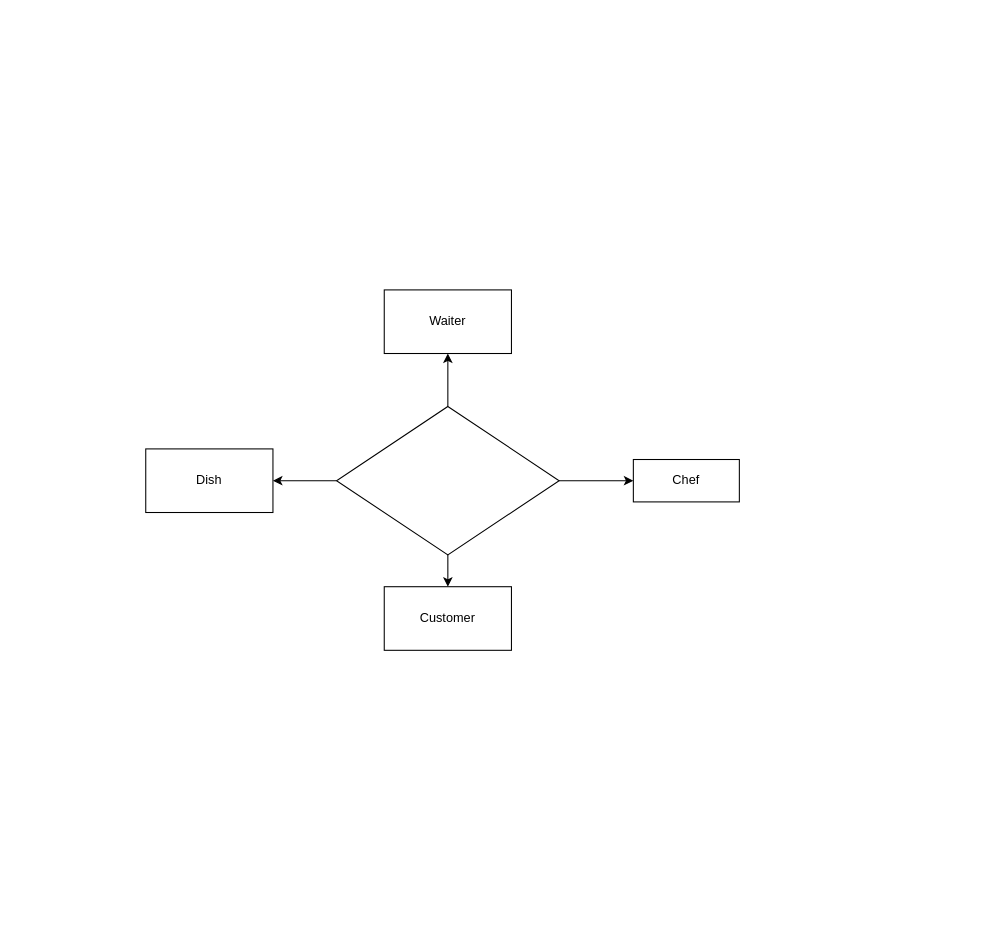
The draw.io diagram Restaurant Ratings.drawio in sarthaka1310/DAA, before the edit. Source tidied: cells renumbered, new cells numbered last; positions are measured from the earlier drawing's top-left corner, leaving out a move shared by most shapes. Both pictures are drawn from the tidied source at 106%, with x=0, y=0 at pixel (145, 289).
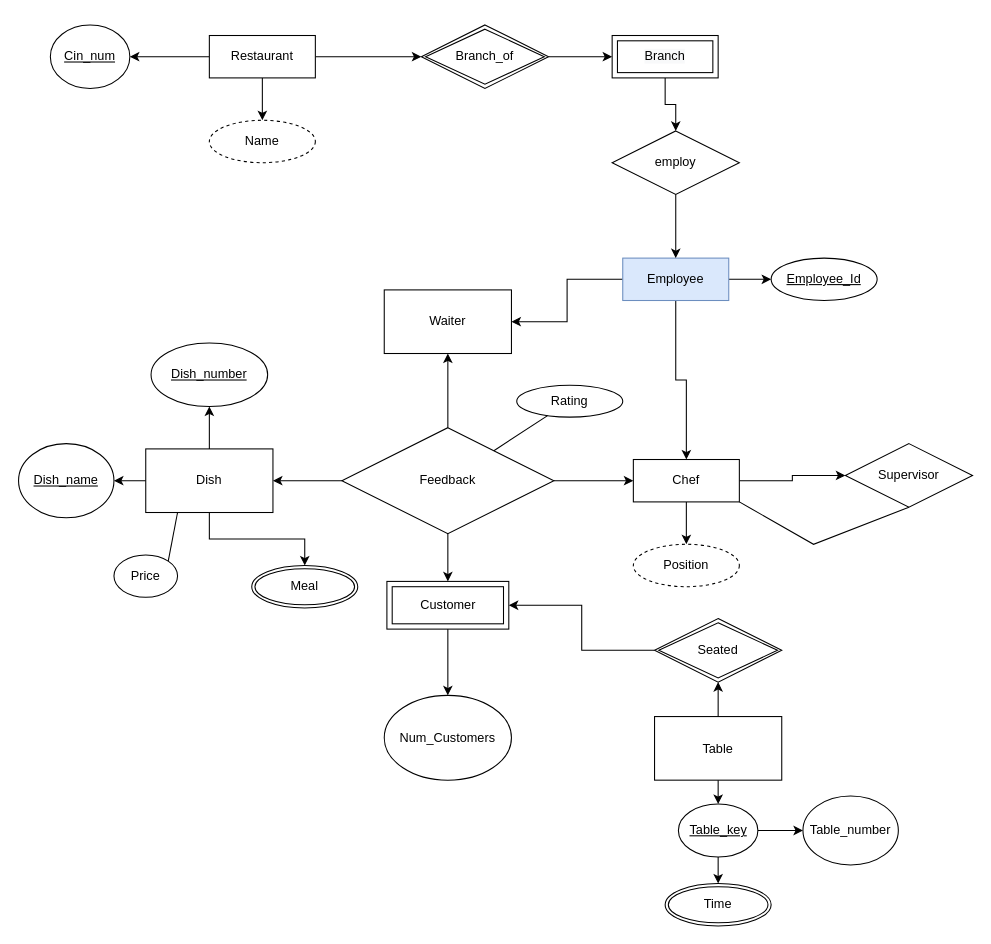
After the change.

Unchanged cells that the change refers to:
```xml
<mxCell id="7" value="Chef" style="whiteSpace=wrap;html=1;align=center;" parent="1" vertex="1">
  <mxGeometry x="460" y="160" width="100" height="40" as="geometry" />
</mxCell>
<mxCell id="9" value="Dish" style="whiteSpace=wrap;html=1;fillColor=none;" parent="1" vertex="1">
  <mxGeometry y="150" width="120" height="60" as="geometry" />
</mxCell>
<mxCell id="10" value="Waiter" style="whiteSpace=wrap;html=1;fillColor=none;" parent="1" vertex="1">
  <mxGeometry x="225" width="120" height="60" as="geometry" />
</mxCell>
```

What changed in the source:
```diff
@@
-    <mxCell id="3" style="edgeStyle=orthogonalEdgeStyle;rounded=0;jettySize=auto;html=1;" parent="1" edge="1" source="6" target="8">
-      <mxGeometry relative="1" as="geometry" />
-    </mxCell>
@@
+    <mxCell id="11" style="edgeStyle=orthogonalEdgeStyle;rounded=0;jettySize=auto;html=1;" parent="1" edge="1" source="6" target="33">
+      <mxGeometry relative="1" as="geometry" />
+    </mxCell>
-    <mxCell id="6" style="rhombus;whiteSpace=wrap;html=1;fillColor=none;" parent="1" vertex="1">
-      <mxGeometry x="180" y="110" width="210" height="140" as="geometry" />
+    <mxCell id="6" value="Feedback" style="rhombus;whiteSpace=wrap;html=1;fillColor=none;" parent="1" vertex="1">
+      <mxGeometry x="185" y="130" width="200" height="100" as="geometry" />
     </mxCell>
+    <mxCell id="12" style="edgeStyle=orthogonalEdgeStyle;rounded=0;jettySize=auto;html=1;" parent="1" edge="1" source="7" target="31">
+      <mxGeometry relative="1" as="geometry" />
+    </mxCell>
+    <mxCell id="13" style="edgeStyle=orthogonalEdgeStyle;rounded=0;jettySize=auto;html=1;" parent="1" edge="1" source="7" target="54">
+      <mxGeometry relative="1" as="geometry" />
+    </mxCell>
@@
+    <mxCell id="14" style="edgeStyle=orthogonalEdgeStyle;rounded=0;jettySize=auto;html=1;" parent="1" edge="1" source="8" target="26">
+      <mxGeometry relative="1" as="geometry" />
+    </mxCell>
+    <mxCell id="15" style="edgeStyle=orthogonalEdgeStyle;rounded=0;jettySize=auto;html=1;" parent="1" edge="1" source="8" target="48">
+      <mxGeometry relative="1" as="geometry" />
+    </mxCell>
-    <mxCell id="8" value="Customer" style="whiteSpace=wrap;html=1;fillColor=none;" parent="1" vertex="1">
-      <mxGeometry x="225" y="280" width="120" height="60" as="geometry" />
+    <mxCell id="8" value="Table" style="whiteSpace=wrap;html=1;fillColor=none;" parent="1" vertex="1">
+      <mxGeometry x="480" y="402.5" width="120" height="60" as="geometry" />
     </mxCell>
+    <mxCell id="16" style="edgeStyle=orthogonalEdgeStyle;rounded=0;jettySize=auto;html=1;" parent="1" edge="1" source="9" target="27">
+      <mxGeometry relative="1" as="geometry" />
+    </mxCell>
+    <mxCell id="17" style="edgeStyle=orthogonalEdgeStyle;rounded=0;jettySize=auto;html=1;" parent="1" edge="1" source="9" target="28">
+      <mxGeometry relative="1" as="geometry" />
+    </mxCell>
+    <mxCell id="18" style="edgeStyle=orthogonalEdgeStyle;rounded=0;jettySize=auto;html=1;" parent="1" edge="1" source="9" target="51">
+      <mxGeometry relative="1" as="geometry" />
+    </mxCell>
@@
+    <mxCell id="19" value="Rating" style="ellipse;whiteSpace=wrap;html=1;align=center;fontStyle=0;" parent="1" vertex="1">
+      <mxGeometry x="350" y="90" width="100" height="30" as="geometry" />
+    </mxCell>
+    <mxCell id="20" style="edgeStyle=orthogonalEdgeStyle;rounded=0;jettySize=auto;html=1;" parent="1" edge="1" source="23" target="49">
+      <mxGeometry relative="1" as="geometry" />
+    </mxCell>
+    <mxCell id="21" style="edgeStyle=orthogonalEdgeStyle;rounded=0;jettySize=auto;html=1;" parent="1" edge="1" source="23" target="10">
+      <mxGeometry relative="1" as="geometry" />
+    </mxCell>
+    <mxCell id="22" style="edgeStyle=orthogonalEdgeStyle;rounded=0;jettySize=auto;html=1;" parent="1" edge="1" source="23" target="7">
+      <mxGeometry relative="1" as="geometry" />
+    </mxCell>
+    <mxCell id="23" value="Employee" style="whiteSpace=wrap;html=1;align=center;fillColor=#dae8fc;strokeColor=#6c8ebf;" parent="1" vertex="1">
+      <mxGeometry x="450" y="-30" width="100" height="40" as="geometry" />
+    </mxCell>
+    <mxCell id="24" style="edgeStyle=orthogonalEdgeStyle;rounded=0;jettySize=auto;html=1;" parent="1" edge="1" source="26" target="29">
+      <mxGeometry relative="1" as="geometry" />
+    </mxCell>
+    <mxCell id="25" style="edgeStyle=orthogonalEdgeStyle;rounded=0;jettySize=auto;html=1;" parent="1" edge="1" source="26" target="50">
+      <mxGeometry relative="1" as="geometry" />
+    </mxCell>
+    <mxCell id="26" value="Table_key" style="ellipse;whiteSpace=wrap;html=1;fillColor=none;fontStyle=4;" parent="1" vertex="1">
+      <mxGeometry x="502.5" y="485" width="75" height="50" as="geometry" />
+    </mxCell>
+    <mxCell id="27" value="Dish_name" style="ellipse;whiteSpace=wrap;html=1;fillColor=none;fontStyle=4;" parent="1" vertex="1">
+      <mxGeometry x="-120" y="145" width="90" height="70" as="geometry" />
+    </mxCell>
+    <mxCell id="28" value="&lt;u&gt;Dish_number&lt;/u&gt;" style="ellipse;whiteSpace=wrap;html=1;fillColor=none;" parent="1" vertex="1">
+      <mxGeometry x="5" y="50" width="110" height="60" as="geometry" />
+    </mxCell>
+    <mxCell id="29" value="Table_number" style="ellipse;whiteSpace=wrap;html=1;fillColor=none;" parent="1" vertex="1">
+      <mxGeometry x="620" y="477.5" width="90" height="65" as="geometry" />
+    </mxCell>
+    <mxCell id="30" value="Price" style="ellipse;whiteSpace=wrap;html=1;fillColor=none;" parent="1" vertex="1">
+      <mxGeometry x="-30" y="250" width="60" height="40" as="geometry" />
+    </mxCell>
+    <mxCell id="31" value="Position" style="ellipse;whiteSpace=wrap;html=1;align=center;dashed=1;" parent="1" vertex="1">
+      <mxGeometry x="460" y="240" width="100" height="40" as="geometry" />
+    </mxCell>
+    <mxCell id="32" style="edgeStyle=orthogonalEdgeStyle;rounded=0;jettySize=auto;html=1;" parent="1" edge="1" source="33" target="34">
+      <mxGeometry relative="1" as="geometry" />
+    </mxCell>
+    <mxCell id="33" value="Customer" style="shape=ext;margin=3;double=1;whiteSpace=wrap;html=1;align=center;" parent="1" vertex="1">
+      <mxGeometry x="227.5" y="275" width="115" height="45" as="geometry" />
+    </mxCell>
+    <mxCell id="34" value="&lt;span&gt;Num_Customers&lt;/span&gt;" style="ellipse;whiteSpace=wrap;html=1;" parent="1" vertex="1">
+      <mxGeometry x="225" y="382.5" width="120" height="80" as="geometry" />
+    </mxCell>
+    <mxCell id="35" style="edgeStyle=orthogonalEdgeStyle;rounded=0;jettySize=auto;html=1;" parent="1" edge="1" source="38" target="43">
+      <mxGeometry relative="1" as="geometry" />
+    </mxCell>
+    <mxCell id="36" style="edgeStyle=orthogonalEdgeStyle;rounded=0;jettySize=auto;html=1;" parent="1" edge="1" source="38" target="45">
+      <mxGeometry relative="1" as="geometry" />
+    </mxCell>
+    <mxCell id="37" style="edgeStyle=orthogonalEdgeStyle;rounded=0;jettySize=auto;html=1;" parent="1" edge="1" source="38" target="46">
+      <mxGeometry relative="1" as="geometry" />
+    </mxCell>
+    <mxCell id="38" value="Restaurant" style="whiteSpace=wrap;html=1;align=center;" parent="1" vertex="1">
+      <mxGeometry x="60" y="-240" width="100" height="40" as="geometry" />
+    </mxCell>
+    <mxCell id="39" style="edgeStyle=orthogonalEdgeStyle;rounded=0;jettySize=auto;html=1;" parent="1" edge="1" source="40" target="42">
+      <mxGeometry relative="1" as="geometry" />
+    </mxCell>
+    <mxCell id="40" value="&#10;&#10;&lt;span style=&quot;color: rgb(0, 0, 0); font-family: helvetica; font-size: 12px; font-style: normal; font-weight: 400; letter-spacing: normal; text-align: center; text-indent: 0px; text-transform: none; word-spacing: 0px; background-color: rgb(248, 249, 250); display: inline; float: none;&quot;&gt;Branch&lt;/span&gt;&#10;&#10;" style="shape=ext;margin=3;double=1;whiteSpace=wrap;html=1;align=center;" parent="1" vertex="1">
+      <mxGeometry x="440" y="-240" width="100" height="40" as="geometry" />
+    </mxCell>
+    <mxCell id="41" style="edgeStyle=orthogonalEdgeStyle;rounded=0;jettySize=auto;html=1;" parent="1" edge="1" source="42" target="23">
+      <mxGeometry relative="1" as="geometry" />
+    </mxCell>
+    <mxCell id="42" value="employ" style="shape=rhombus;perimeter=rhombusPerimeter;whiteSpace=wrap;html=1;align=center;" parent="1" vertex="1">
+      <mxGeometry x="440" y="-150" width="120" height="60" as="geometry" />
+    </mxCell>
+    <mxCell id="43" value="&lt;u&gt;Cin_num&lt;/u&gt;" style="ellipse;whiteSpace=wrap;html=1;" parent="1" vertex="1">
+      <mxGeometry x="-90" y="-250" width="75" height="60" as="geometry" />
+    </mxCell>
+    <mxCell id="44" style="edgeStyle=orthogonalEdgeStyle;rounded=0;jettySize=auto;html=1;" parent="1" edge="1" source="45" target="40">
+      <mxGeometry relative="1" as="geometry" />
+    </mxCell>
+    <mxCell id="45" value="Branch_of" style="shape=rhombus;double=1;perimeter=rhombusPerimeter;whiteSpace=wrap;html=1;align=center;" parent="1" vertex="1">
+      <mxGeometry x="260" y="-250" width="120" height="60" as="geometry" />
+    </mxCell>
+    <mxCell id="46" value="Name" style="ellipse;whiteSpace=wrap;html=1;align=center;dashed=1;" parent="1" vertex="1">
+      <mxGeometry x="60" y="-160" width="100" height="40" as="geometry" />
+    </mxCell>
+    <mxCell id="47" style="edgeStyle=orthogonalEdgeStyle;rounded=0;jettySize=auto;html=1;" parent="1" edge="1" source="48" target="33">
+      <mxGeometry relative="1" as="geometry" />
+    </mxCell>
+    <mxCell id="48" value="Seated" style="shape=rhombus;double=1;perimeter=rhombusPerimeter;whiteSpace=wrap;html=1;align=center;" parent="1" vertex="1">
+      <mxGeometry x="480" y="310" width="120" height="60" as="geometry" />
+    </mxCell>
+    <mxCell id="49" value="Employee_Id" style="ellipse;whiteSpace=wrap;html=1;align=center;fontStyle=4;" parent="1" vertex="1">
+      <mxGeometry x="590" y="-30" width="100" height="40" as="geometry" />
+    </mxCell>
+    <mxCell id="50" value="Time" style="ellipse;shape=doubleEllipse;margin=3;whiteSpace=wrap;html=1;align=center;" parent="1" vertex="1">
+      <mxGeometry x="490" y="560" width="100" height="40" as="geometry" />
+    </mxCell>
+    <mxCell id="51" value="Meal" style="ellipse;shape=doubleEllipse;margin=3;whiteSpace=wrap;html=1;align=center;" parent="1" vertex="1">
+      <mxGeometry x="100" y="260" width="100" height="40" as="geometry" />
+    </mxCell>
+    <mxCell id="52" style="endArrow=none;html=1;rounded=0;entryX=0.25;entryY=1;entryDx=0;entryDy=0;exitX=1;exitY=0;exitDx=0;exitDy=0;" parent="1" edge="1" source="30" target="9">
+      <mxGeometry relative="1" as="geometry" />
+    </mxCell>
+    <mxCell id="53" style="endArrow=none;html=1;rounded=0;" parent="1" edge="1" source="6" target="19">
+      <mxGeometry relative="1" as="geometry" />
+    </mxCell>
+    <mxCell id="54" value="Supervisor" style="shape=rhombus;perimeter=rhombusPerimeter;whiteSpace=wrap;html=1;align=center;" parent="1" vertex="1">
+      <mxGeometry x="660" y="145" width="120" height="60" as="geometry" />
+    </mxCell>
+    <mxCell id="55" style="endArrow=none;html=1;rounded=0;exitX=1;exitY=1;exitDx=0;exitDy=0;entryX=0.5;entryY=1;entryDx=0;entryDy=0;" parent="1" edge="1" source="7" target="54">
+      <mxGeometry relative="1" as="geometry">
+        <Array as="points">
+          <mxPoint x="630" y="240" />
+        </Array>
+      </mxGeometry>
+    </mxCell>
```
